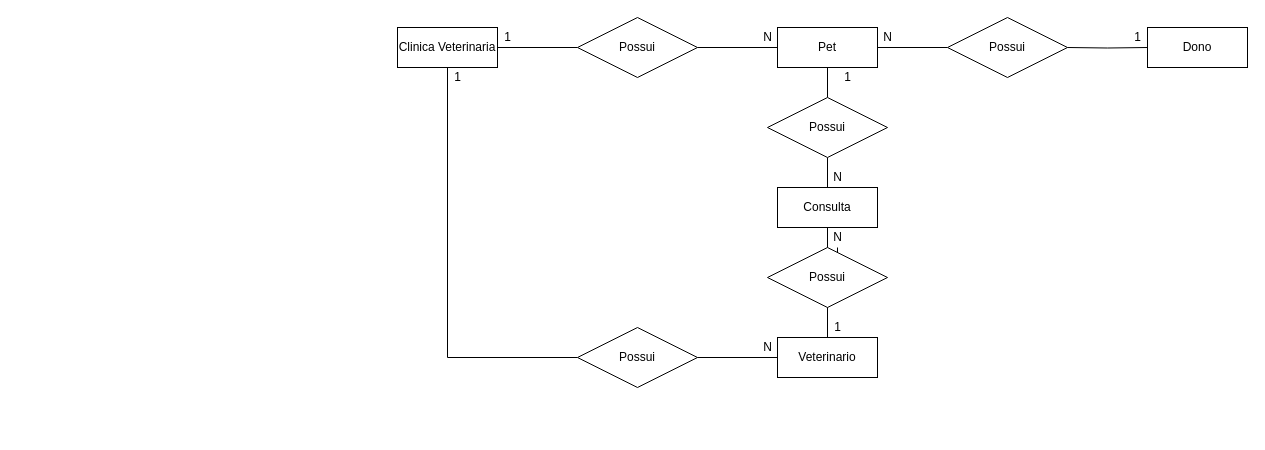
Before: page "CONCEITUAL" (1 of 2) of exercicios/1.3-exercicio-pclinics/Exercicio1.3-pclinics.drawio in Anny-Pereira/Banco-de-Dados, a draw.io diagram. Source tidied: cells renumbered, new cells numbered last; positions are measured from the earlier drawing's top-left corner, leaving out a move shared by most shapes. Both pictures are drawn from the tidied source at 100%, with x=0, y=0 at pixel (397, 17).
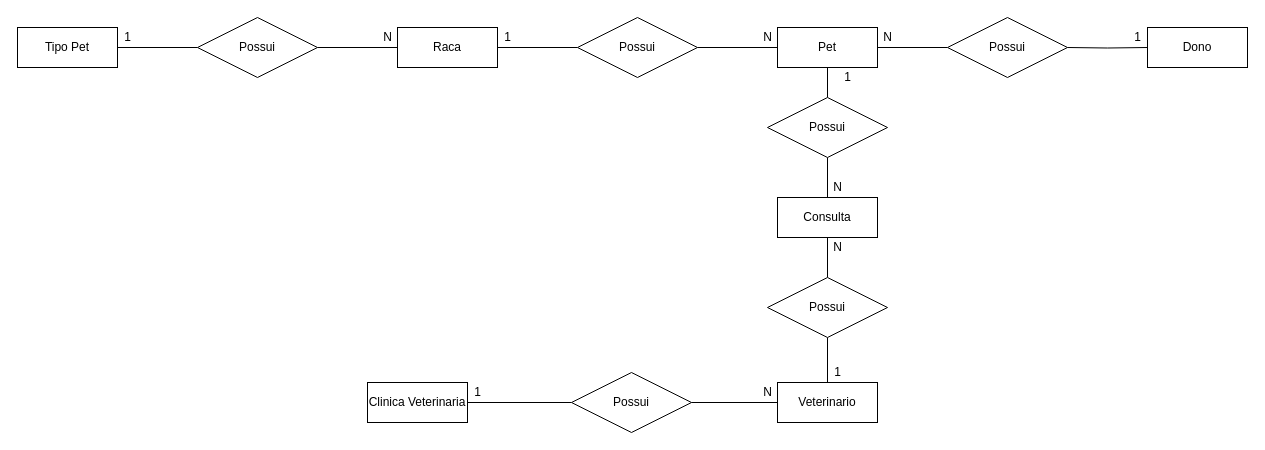
After the change.

The edit, as a diff of the source:
```diff
@@
-    <mxCell id="11" style="edgeStyle=orthogonalEdgeStyle;rounded=0;jettySize=auto;html=1;entryX=0;entryY=0.5;entryDx=0;entryDy=0;endArrow=none;endFill=0;" parent="1" edge="1" source="12" target="16">
-      <mxGeometry relative="1" as="geometry">
-        <Array as="points">
-          <mxPoint x="50" y="340" />
-        </Array>
-      </mxGeometry>
+    <mxCell id="11" style="edgeStyle=orthogonalEdgeStyle;rounded=0;jettySize=auto;html=1;endArrow=none;endFill=0;" parent="1" edge="1" source="12" target="16">
+      <mxGeometry relative="1" as="geometry" />
     </mxCell>
     <mxCell id="12" value="Clinica Veterinaria" style="whiteSpace=wrap;html=1;align=center;" parent="1" vertex="1">
-      <mxGeometry y="10" width="100" height="40" as="geometry" />
+      <mxGeometry x="-30" y="365" width="100" height="40" as="geometry" />
     </mxCell>
@@
     <mxCell id="16" value="Possui" style="shape=rhombus;perimeter=rhombusPerimeter;whiteSpace=wrap;html=1;align=center;" parent="1" vertex="1">
-      <mxGeometry x="180" y="310" width="120" height="60" as="geometry" />
+      <mxGeometry x="174" y="355" width="120" height="60" as="geometry" />
     </mxCell>
     <mxCell id="17" value="1" style="text;html=1;align=center;verticalAlign=middle;strokeColor=none;" parent="1" vertex="1">
-      <mxGeometry x="50" y="50" width="20" height="20" as="geometry" />
+      <mxGeometry x="70" y="365" width="20" height="20" as="geometry" />
     </mxCell>
@@
-    <mxCell id="19" style="edgeStyle=orthogonalEdgeStyle;rounded=0;jettySize=auto;html=1;endArrow=none;endFill=0;" parent="1" edge="1" source="20" target="31">
-      <mxGeometry relative="1" as="geometry" />
-    </mxCell>
     <mxCell id="20" value="Veterinario" style="whiteSpace=wrap;html=1;align=center;" parent="1" vertex="1">
-      <mxGeometry x="380" y="320" width="100" height="40" as="geometry" />
+      <mxGeometry x="380" y="365" width="100" height="40" as="geometry" />
     </mxCell>
     <mxCell id="21" value="1" style="text;html=1;align=center;verticalAlign=middle;strokeColor=none;" parent="1" vertex="1">
-      <mxGeometry x="430" y="300" width="20" height="20" as="geometry" />
+      <mxGeometry x="430" y="345" width="20" height="20" as="geometry" />
     </mxCell>
@@
     <mxCell id="25" value="Consulta" style="whiteSpace=wrap;html=1;align=center;" parent="1" vertex="1">
-      <mxGeometry x="380" y="170" width="100" height="40" as="geometry" />
+      <mxGeometry x="380" y="180" width="100" height="40" as="geometry" />
     </mxCell>
@@
     <mxCell id="28" value="Possui" style="shape=rhombus;perimeter=rhombusPerimeter;whiteSpace=wrap;html=1;align=center;" parent="1" vertex="1">
-      <mxGeometry x="370" y="230" width="120" height="60" as="geometry" />
+      <mxGeometry x="370" y="260" width="120" height="60" as="geometry" />
     </mxCell>
@@
     <mxCell id="30" value="N" style="text;html=1;align=center;verticalAlign=middle;strokeColor=none;" parent="1" vertex="1">
-      <mxGeometry x="360" y="320" width="20" height="20" as="geometry" />
+      <mxGeometry x="360" y="365" width="20" height="20" as="geometry" />
     </mxCell>
     <mxCell id="31" value="N" style="text;html=1;align=center;verticalAlign=middle;points=[];strokeColor=none;" parent="1" vertex="1">
-      <mxGeometry x="430" y="210" width="20" height="20" as="geometry" />
+      <mxGeometry x="430" y="220" width="20" height="20" as="geometry" />
     </mxCell>
     <mxCell id="32" value="N" style="text;html=1;align=center;verticalAlign=middle;strokeColor=none;" parent="1" vertex="1">
-      <mxGeometry x="430" y="150" width="20" height="20" as="geometry" />
+      <mxGeometry x="430" y="160" width="20" height="20" as="geometry" />
     </mxCell>
+    <mxCell id="33" value="Raca" style="whiteSpace=wrap;html=1;align=center;" parent="1" vertex="1">
+      <mxGeometry y="10" width="100" height="40" as="geometry" />
+    </mxCell>
+    <mxCell id="34" style="edgeStyle=orthogonalEdgeStyle;rounded=0;orthogonalLoop=1;jettySize=auto;html=1;endArrow=none;endFill=0;" parent="1" edge="1">
+      <mxGeometry relative="1" as="geometry">
+        <mxPoint y="30" as="sourcePoint" />
+        <mxPoint x="-80" y="30" as="targetPoint" />
+      </mxGeometry>
+    </mxCell>
+    <mxCell id="35" value="Possui" style="shape=rhombus;perimeter=rhombusPerimeter;whiteSpace=wrap;html=1;align=center;" parent="1" vertex="1">
+      <mxGeometry x="-200" width="120" height="60" as="geometry" />
+    </mxCell>
+    <mxCell id="36" style="edgeStyle=orthogonalEdgeStyle;rounded=0;orthogonalLoop=1;jettySize=auto;html=1;endArrow=none;endFill=0;" parent="1" edge="1">
+      <mxGeometry relative="1" as="geometry">
+        <mxPoint x="-280" y="30" as="sourcePoint" />
+        <mxPoint x="-200" y="30" as="targetPoint" />
+      </mxGeometry>
+    </mxCell>
+    <mxCell id="37" value="Tipo Pet" style="whiteSpace=wrap;html=1;align=center;" parent="1" vertex="1">
+      <mxGeometry x="-380" y="10" width="100" height="40" as="geometry" />
+    </mxCell>
+    <mxCell id="38" value="N" style="text;html=1;align=center;verticalAlign=middle;strokeColor=none;" parent="1" vertex="1">
+      <mxGeometry x="-20" y="10" width="20" height="20" as="geometry" />
+    </mxCell>
+    <mxCell id="39" value="1" style="text;html=1;align=center;verticalAlign=middle;strokeColor=none;" parent="1" vertex="1">
+      <mxGeometry x="-280" y="10" width="20" height="20" as="geometry" />
+    </mxCell>
```
